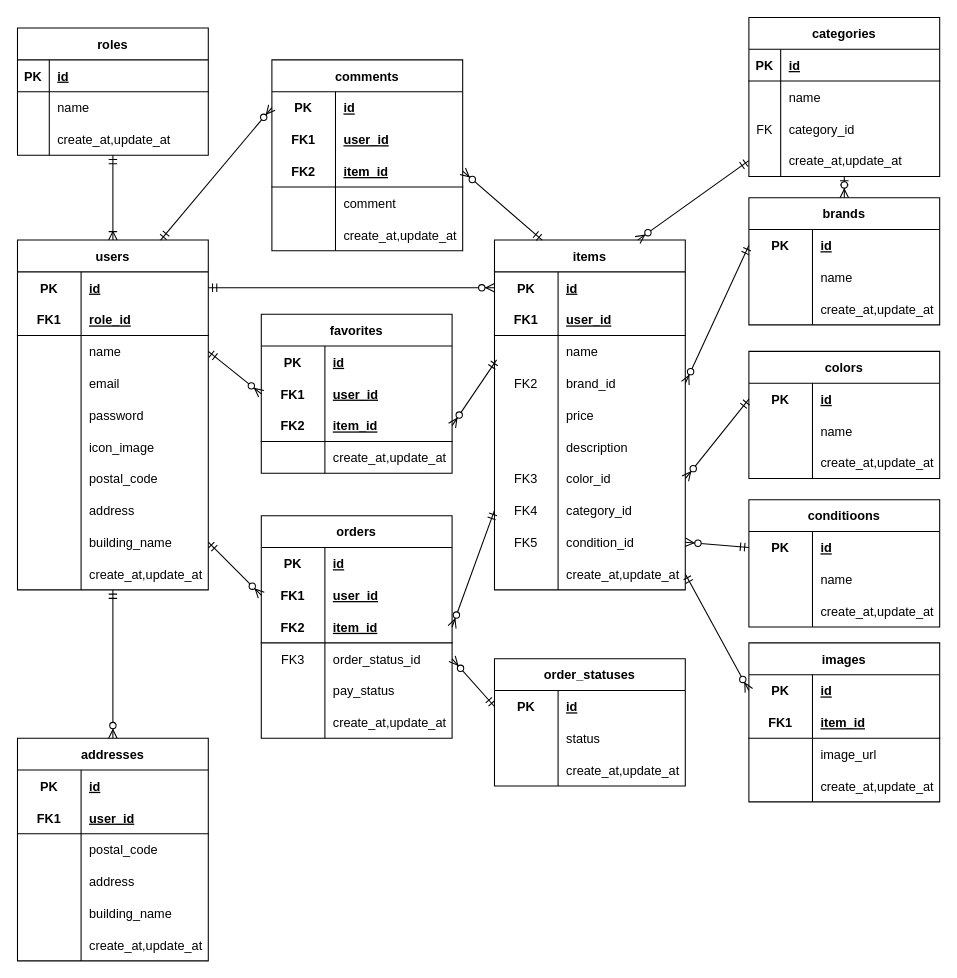
fujico23/coachtech-flea-market-app keeps this draw.io diagram as er.drawio. Above is the earlier version. Source tidied: cells renumbered, new cells numbered last; positions are measured from the earlier drawing's top-left corner, leaving out a move shared by most shapes. Both pictures are drawn from the tidied source at 106%, with x=0, y=0 at pixel (17, 17).
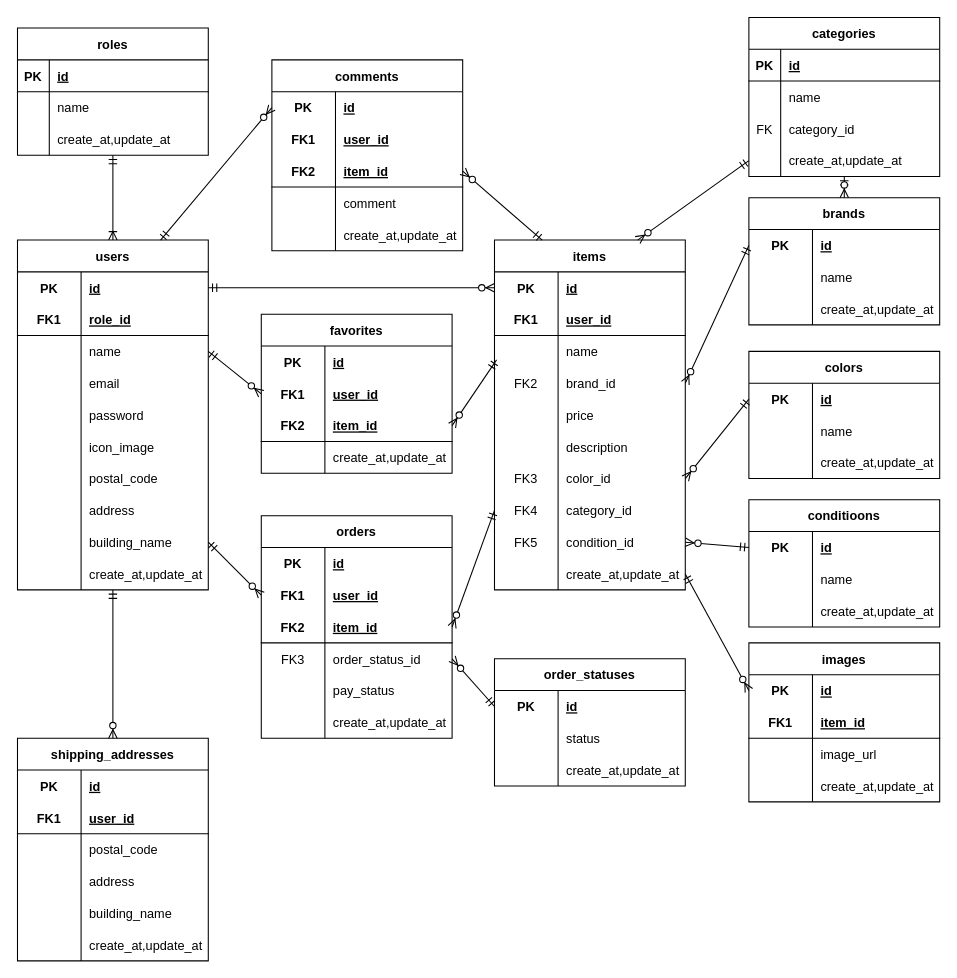
After the change.

What changed in the source:
```diff
@@
-    <mxCell id="43" value="addresses" style="shape=table;startSize=30;childLayout=tableLayout;rowLines=0;fontStyle=1;align=center;" parent="1" vertex="1">
+    <mxCell id="43" value="shipping_addresses" style="shape=table;startSize=30;childLayout=tableLayout;rowLines=0;fontStyle=1;align=center;" parent="1" vertex="1">
       <mxGeometry y="680" width="180" height="210" as="geometry" />
     </mxCell>
```
